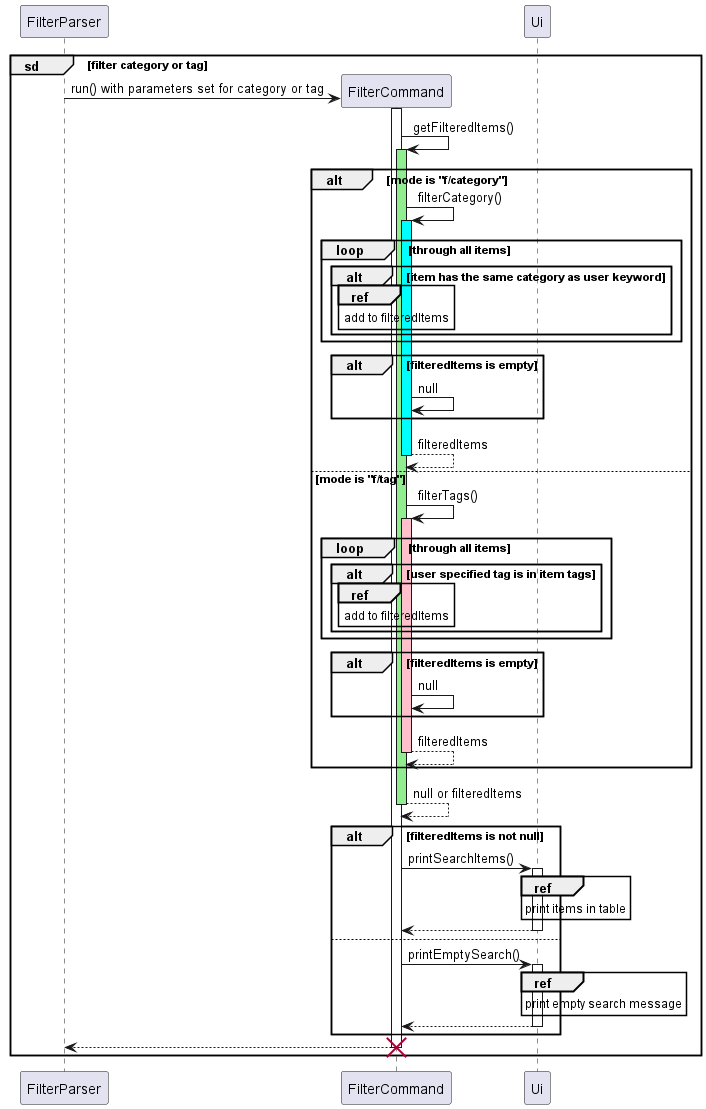
The PlantUML diagram docs/UML/Filter/FilterTagCategory.png in nus-cs2113-AY2223S2/tp, before a commit. Source of this version:
```plantuml
@startuml

participant FilterParser
group sd [filter category or tag]
    FilterParser -> FilterCommand ** : run() with parameters set for category or tag
    activate FilterCommand
    FilterCommand -> FilterCommand: getFilteredItems()
    activate FilterCommand #lightgreen
    alt mode is "f/category"
        FilterCommand -> FilterCommand: filterCategory()
        activate FilterCommand #cyan
        loop through all items
            alt item has the same category as user keyword
                ref over FilterCommand
                    add to filteredItems
                end ref
            end
        end
        alt filteredItems is empty
            FilterCommand -> FilterCommand: null
        end
        return filteredItems
    else mode is "f/tag"
        FilterCommand -> FilterCommand: filterTags()
        activate FilterCommand #pink
        loop through all items
            alt user specified tag is in item tags
                ref over FilterCommand
                    add to filteredItems
                end ref
            end
        end
        alt filteredItems is empty
            FilterCommand -> FilterCommand: null
        end
        return filteredItems
    end
    return null or filteredItems
    alt filteredItems is not null
        FilterCommand -> Ui: printSearchItems()
        activate Ui
        ref over Ui
            print items in table
        end ref
        return
    else
        FilterCommand -> Ui: printEmptySearch()
        activate Ui
        ref over Ui
            print empty search message
        end ref
        return
    end
    return
    destroy FilterCommand
end
@enduml
```
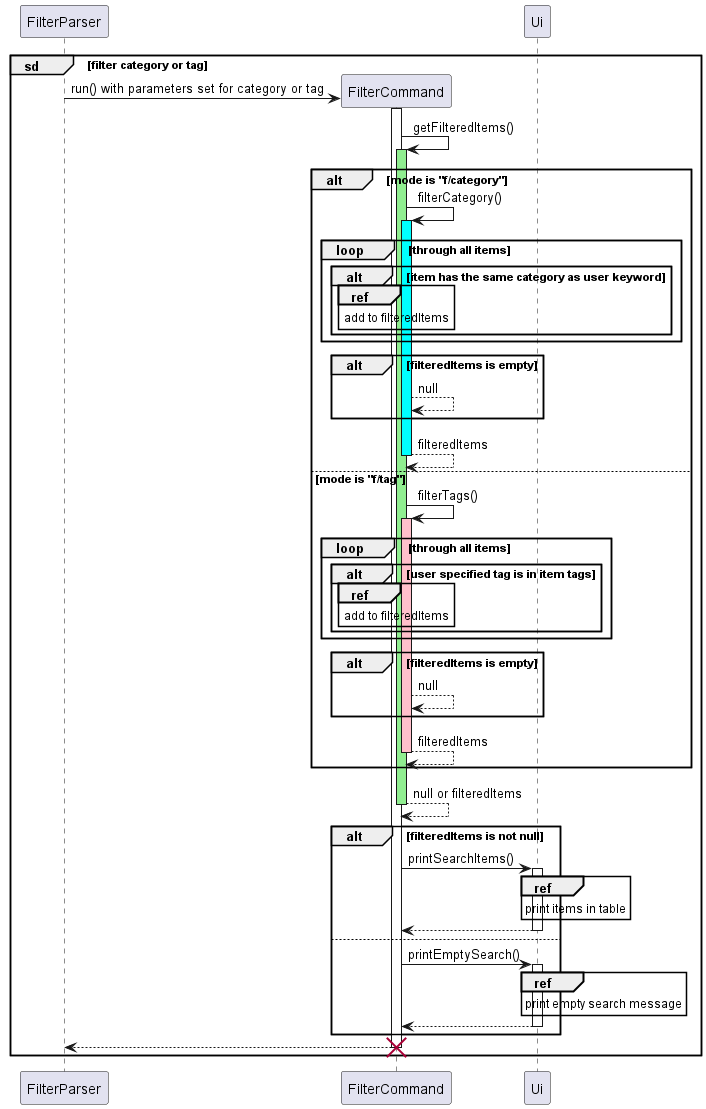
After the change.

Change to the diagram source:
```diff
@@ -17,7 +17,7 @@
             end
         end
         alt filteredItems is empty
-            FilterCommand -> FilterCommand: null
+            FilterCommand --> FilterCommand: null
         end
         return filteredItems
     else mode is "f/tag"
@@ -31,7 +31,7 @@
             end
         end
         alt filteredItems is empty
-            FilterCommand -> FilterCommand: null
+            FilterCommand --> FilterCommand: null
         end
         return filteredItems
     end
```
